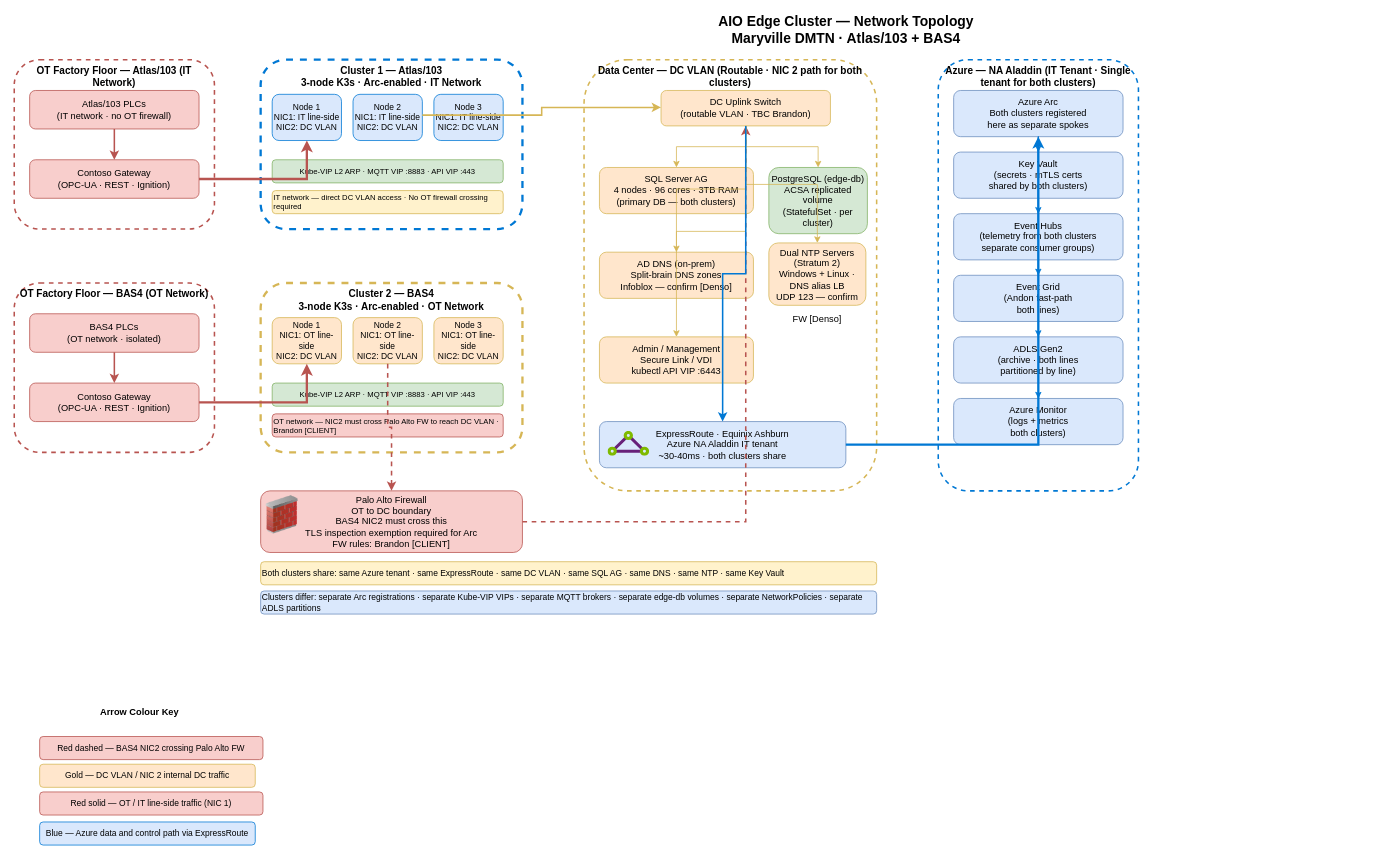
This is line-cluster-to-azure.drawio from avinashr-insight/manufacturing-iot, a draw.io file, before an edit. Source tidied: cells renumbered, new cells numbered last; positions are measured from the earlier drawing's top-left corner, leaving out a move shared by most shapes. Both pictures are drawn from the tidied source at 77%, with x=0, y=0 at pixel (14, 13).
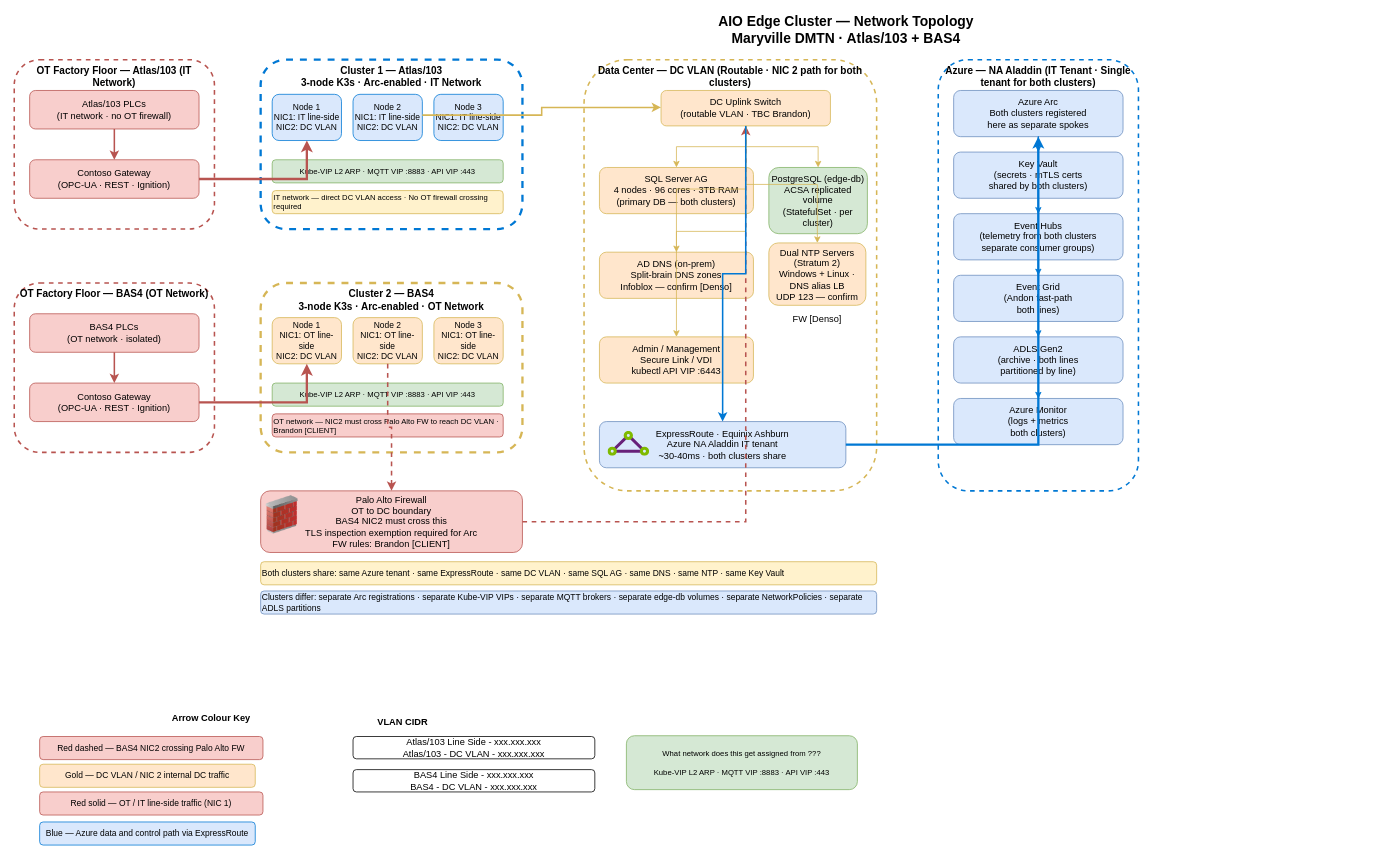
After the change.

What changed in the source:
```diff
@@
-    <mxCell id="56" value="Arrow Colour Key" style="text;html=1;strokeColor=none;fillColor=none;align=left;fontSize=12;fontStyle=1;" parent="1" vertex="1">
-      <mxGeometry x="110" y="894" width="200" height="24" as="geometry" />
+    <mxCell id="56" value="VLAN CIDR" style="text;html=1;strokeColor=none;fillColor=none;align=left;fontSize=12;fontStyle=1;" parent="1" vertex="1">
+      <mxGeometry x="470" y="907" width="200" height="24" as="geometry" />
     </mxCell>
@@
+    <mxCell id="65" value="Arrow Colour Key" style="text;html=1;strokeColor=none;fillColor=none;align=left;fontSize=12;fontStyle=1;" parent="1" vertex="1">
+      <mxGeometry x="203" y="902" width="200" height="24" as="geometry" />
+    </mxCell>
+    <mxCell id="66" value="Atlas/103 Line Side - xxx.xxx.xxx&lt;div&gt;Atlas/103 - DC VLAN - xxx.xxx.xxx&lt;/div&gt;" style="rounded=1;whiteSpace=wrap;html=1;" parent="1" vertex="1">
+      <mxGeometry x="440" y="939" width="314" height="29" as="geometry" />
+    </mxCell>
+    <mxCell id="67" value="BAS4 Line Side - xxx.xxx.xxx&lt;div&gt;BAS4 - DC VLAN - xxx.xxx.xxx&lt;/div&gt;" style="rounded=1;whiteSpace=wrap;html=1;" parent="1" vertex="1">
+      <mxGeometry x="440" y="982" width="314" height="29" as="geometry" />
+    </mxCell>
+    <mxCell id="68" value="What network does this get assigned from ???&lt;div&gt;&lt;br&gt;&lt;div&gt;Kube-VIP L2 ARP · MQTT VIP :8883 · API VIP :443&lt;/div&gt;&lt;/div&gt;" style="rounded=1;whiteSpace=wrap;html=1;fillColor=#d5e8d4;strokeColor=#82b366;fontSize=10;" parent="1" vertex="1">
+      <mxGeometry x="795" y="938" width="300" height="70" as="geometry" />
+    </mxCell>
```
